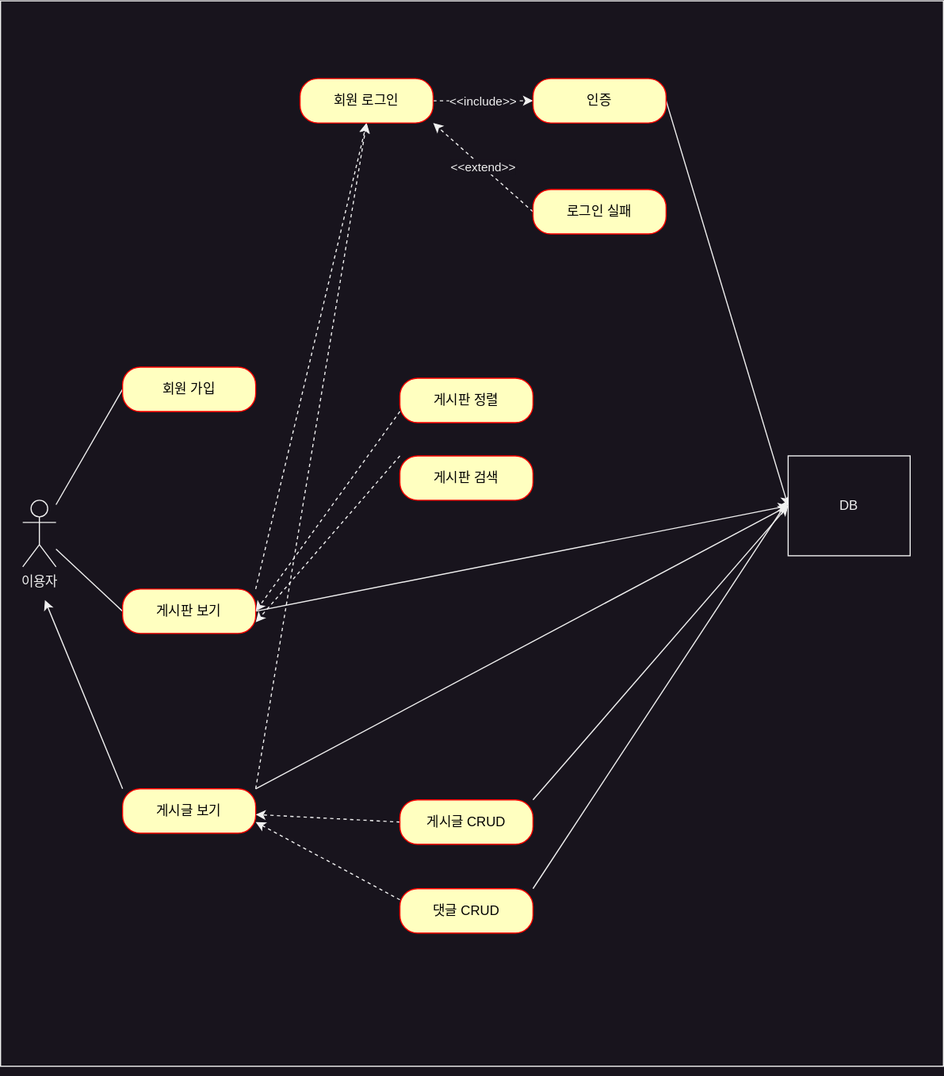
Before: mini-project-board/document/use-case.svg, a diagram exported from draw.io (sangggyu/mini-project). Source tidied: cells renumbered, new cells last; positions are measured from the earlier drawing's top-left corner, leaving out a move shared by most shapes.
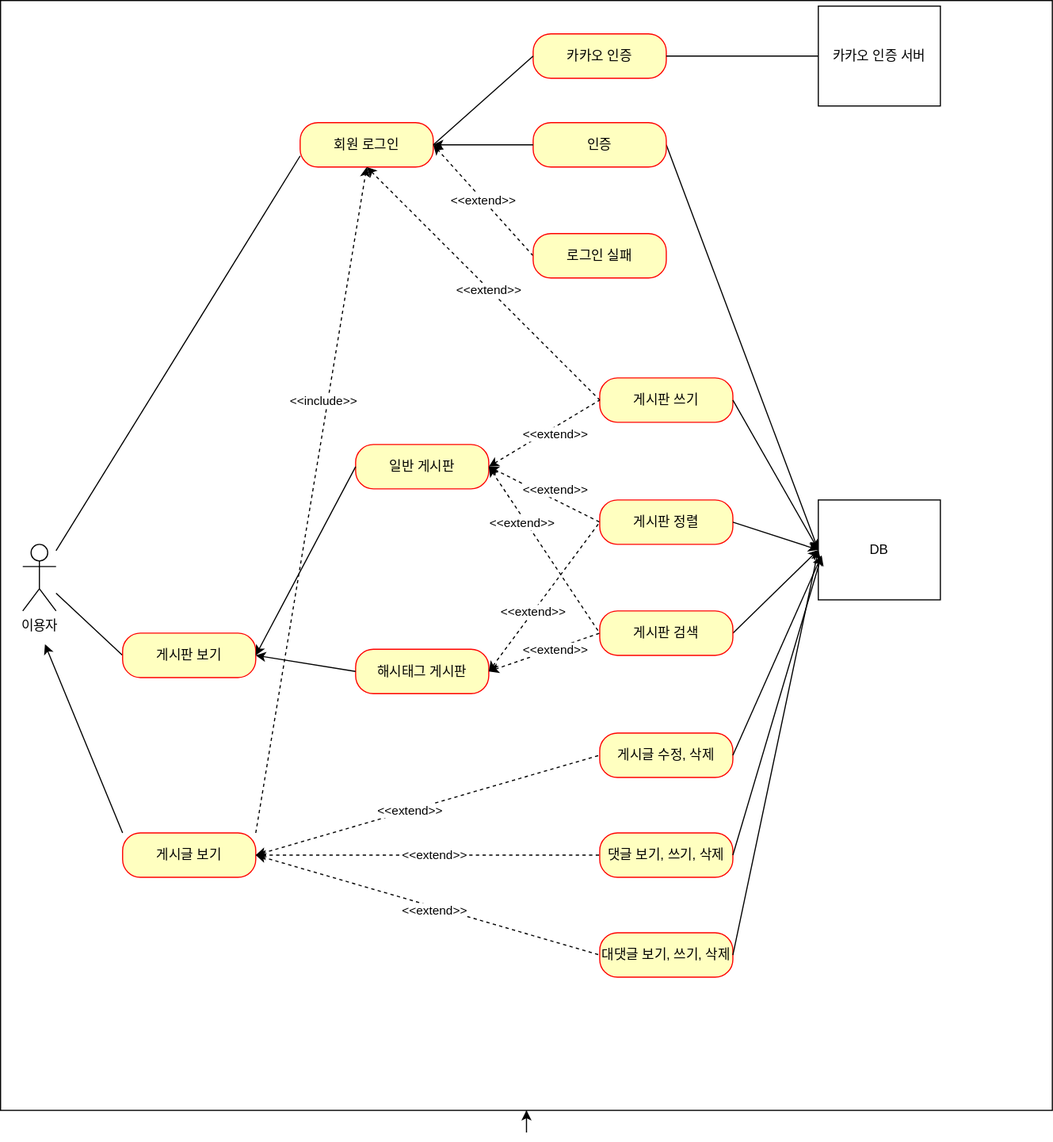
Later version of the same file.

Commit message:
#37 - use-case.svg: 카카오 인증 유스 케이스 추가 및 업데이트

Change to the diagram source:
```diff
@@ -9,20 +9,11 @@
       <mxGeometry x="20" y="450" width="30" height="60" as="geometry" />
     </mxCell>
     <mxCell id="4" style="rounded=0;whiteSpace=wrap;html=1;fillColor=none;" parent="1" vertex="1">
-      <mxGeometry width="850" height="960" as="geometry" />
+      <mxGeometry y="-40" width="947.9" height="1000" as="geometry" />
     </mxCell>
-    <mxCell id="5" style="rounded=0;jettySize=auto;html=1;exitX=0;exitY=0.5;exitDx=0;exitDy=0;endArrow=none;endFill=0;" parent="1" edge="1" source="6" target="3">
+    <mxCell id="5" style="rounded=0;jettySize=auto;html=1;exitX=0;exitY=0.75;exitDx=0;exitDy=0;endArrow=none;endFill=0;" parent="1" edge="1" source="16" target="3">
       <mxGeometry relative="1" as="geometry" />
     </mxCell>
-    <mxCell id="6" value="회원 가입" style="rounded=1;whiteSpace=wrap;html=1;arcSize=40;fontColor=#000000;fillColor=#ffffc0;strokeColor=#ff0000;" parent="1" vertex="1">
-      <mxGeometry x="110" y="330" width="120" height="40" as="geometry" />
-    </mxCell>
-    <mxCell id="7" style="rounded=0;jettySize=auto;html=1;exitX=1;exitY=0;exitDx=0;exitDy=0;entryX=0.5;entryY=1;entryDx=0;entryDy=0;dashed=1;" parent="1" edge="1" source="9" target="16">
-      <mxGeometry relative="1" as="geometry" />
-    </mxCell>
-    <mxCell id="8" style="rounded=0;jettySize=auto;html=1;exitX=1;exitY=0.5;exitDx=0;exitDy=0;entryX=0;entryY=0.5;entryDx=0;entryDy=0;" parent="1" edge="1" source="9" target="31">
-      <mxGeometry relative="1" as="geometry" />
-    </mxCell>
     <mxCell id="9" value="게시판 보기" style="rounded=1;whiteSpace=wrap;html=1;arcSize=40;fontColor=#000000;fillColor=#ffffc0;strokeColor=#ff0000;" parent="1" vertex="1">
       <mxGeometry x="110" y="530" width="120" height="40" as="geometry" />
     </mxCell>
@@ -34,20 +25,12 @@
     <mxCell id="11" style="rounded=0;jettySize=auto;html=1;exitX=1;exitY=0;exitDx=0;exitDy=0;dashed=1;entryX=0.5;entryY=1;entryDx=0;entryDy=0;" parent="1" edge="1" source="13" target="16">
       <mxGeometry relative="1" as="geometry" />
     </mxCell>
-    <mxCell id="12" style="rounded=0;jettySize=auto;html=1;exitX=1;exitY=0;exitDx=0;exitDy=0;entryX=0;entryY=0.5;entryDx=0;entryDy=0;" parent="1" edge="1" source="13" target="31">
+    <mxCell id="12" style="rounded=0;jettySize=auto;html=1;exitX=1;exitY=0.5;exitDx=0;exitDy=0;entryX=0;entryY=0.5;entryDx=0;entryDy=0;" parent="1" edge="1" source="37" target="31">
       <mxGeometry relative="1" as="geometry" />
     </mxCell>
     <mxCell id="13" value="게시글 보기" style="rounded=1;whiteSpace=wrap;html=1;arcSize=40;fontColor=#000000;fillColor=#ffffc0;strokeColor=#ff0000;" parent="1" vertex="1">
       <mxGeometry x="110" y="710" width="120" height="40" as="geometry" />
     </mxCell>
-    <mxCell id="14" style="edgeStyle=orthogonalEdgeStyle;rounded=0;jettySize=auto;html=1;exitX=1;exitY=0.5;exitDx=0;exitDy=0;entryX=0;entryY=0.5;entryDx=0;entryDy=0;dashed=1;" parent="1" edge="1" source="16" target="18">
-      <mxGeometry relative="1" as="geometry" />
-    </mxCell>
-    <mxCell id="15" value="&amp;lt;&amp;lt;include&amp;gt;&amp;gt;" style="edgeLabel;html=1;align=center;verticalAlign=middle;" parent="14" vertex="1">
-      <mxGeometry x="-0.4" y="-1" relative="1" as="geometry">
-        <mxPoint x="17" y="-1" as="offset" />
-      </mxGeometry>
-    </mxCell>
     <mxCell id="16" value="회원 로그인" style="rounded=1;whiteSpace=wrap;html=1;arcSize=40;fontColor=#000000;fillColor=#ffffc0;strokeColor=#ff0000;" parent="1" vertex="1">
       <mxGeometry x="270" y="70" width="120" height="40" as="geometry" />
     </mxCell>
@@ -57,51 +40,149 @@
     <mxCell id="18" value="인증" style="rounded=1;whiteSpace=wrap;html=1;arcSize=40;fontColor=#000000;fillColor=#ffffc0;strokeColor=#ff0000;" parent="1" vertex="1">
       <mxGeometry x="480" y="70" width="120" height="40" as="geometry" />
     </mxCell>
-    <mxCell id="19" value="&amp;lt;&amp;lt;extend&amp;gt;&amp;gt;" style="rounded=0;jettySize=auto;html=1;exitX=0;exitY=0.5;exitDx=0;exitDy=0;entryX=1;entryY=1;entryDx=0;entryDy=0;dashed=1;" parent="1" edge="1" source="20" target="16">
+    <mxCell id="19" value="&amp;lt;&amp;lt;extend&amp;gt;&amp;gt;" style="rounded=0;jettySize=auto;html=1;exitX=0;exitY=0.5;exitDx=0;exitDy=0;entryX=1;entryY=0.5;entryDx=0;entryDy=0;dashed=1;" parent="1" edge="1" source="20" target="16">
       <mxGeometry relative="1" as="geometry" />
     </mxCell>
     <mxCell id="20" value="로그인 실패" style="rounded=1;whiteSpace=wrap;html=1;arcSize=40;fontColor=#000000;fillColor=#ffffc0;strokeColor=#ff0000;" parent="1" vertex="1">
       <mxGeometry x="480" y="170" width="120" height="40" as="geometry" />
     </mxCell>
-    <mxCell id="21" style="rounded=0;jettySize=auto;html=1;exitX=0;exitY=0.75;exitDx=0;exitDy=0;entryX=1;entryY=0.5;entryDx=0;entryDy=0;dashed=1;" parent="1" edge="1" source="22" target="9">
-      <mxGeometry relative="1" as="geometry" />
-    </mxCell>
-    <mxCell id="22" value="게시판 정렬" style="rounded=1;whiteSpace=wrap;html=1;arcSize=40;fontColor=#000000;fillColor=#ffffc0;strokeColor=#ff0000;" parent="1" vertex="1">
-      <mxGeometry x="360" y="340" width="120" height="40" as="geometry" />
+    <mxCell id="22" value="일반 게시판" style="rounded=1;whiteSpace=wrap;html=1;arcSize=40;fontColor=#000000;fillColor=#ffffc0;strokeColor=#ff0000;" parent="1" vertex="1">
+      <mxGeometry x="320" y="360" width="120" height="40" as="geometry" />
     </mxCell>
-    <mxCell id="23" style="rounded=0;jettySize=auto;html=1;exitX=0;exitY=0;exitDx=0;exitDy=0;entryX=1;entryY=0.75;entryDx=0;entryDy=0;dashed=1;" parent="1" edge="1" source="24" target="9">
-      <mxGeometry relative="1" as="geometry" />
-    </mxCell>
-    <mxCell id="24" value="게시판 검색" style="rounded=1;whiteSpace=wrap;html=1;arcSize=40;fontColor=#000000;fillColor=#ffffc0;strokeColor=#ff0000;" parent="1" vertex="1">
-      <mxGeometry x="360" y="410" width="120" height="40" as="geometry" />
+    <mxCell id="24" value="해시태그 게시판" style="rounded=1;whiteSpace=wrap;html=1;arcSize=40;fontColor=#000000;fillColor=#ffffc0;strokeColor=#ff0000;" parent="1" vertex="1">
+      <mxGeometry x="320" y="544.5" width="120" height="40" as="geometry" />
     </mxCell>
-    <mxCell id="25" style="rounded=0;jettySize=auto;html=1;exitX=0;exitY=0.5;exitDx=0;exitDy=0;dashed=1;" parent="1" edge="1" source="27" target="13">
-      <mxGeometry relative="1" as="geometry" />
-    </mxCell>
-    <mxCell id="26" style="rounded=0;jettySize=auto;html=1;exitX=1;exitY=0;exitDx=0;exitDy=0;entryX=0;entryY=0.5;entryDx=0;entryDy=0;" parent="1" edge="1" source="27" target="31">
-      <mxGeometry relative="1" as="geometry" />
-    </mxCell>
-    <mxCell id="27" value="게시글 CRUD" style="rounded=1;whiteSpace=wrap;html=1;arcSize=40;fontColor=#000000;fillColor=#ffffc0;strokeColor=#ff0000;" parent="1" vertex="1">
-      <mxGeometry x="360" y="720" width="120" height="40" as="geometry" />
-    </mxCell>
-    <mxCell id="28" style="rounded=0;jettySize=auto;html=1;exitX=0;exitY=0.25;exitDx=0;exitDy=0;dashed=1;" parent="1" edge="1" source="30">
-      <mxGeometry relative="1" as="geometry">
-        <mxPoint x="230" y="740" as="targetPoint" />
-      </mxGeometry>
-    </mxCell>
-    <mxCell id="29" style="rounded=0;jettySize=auto;html=1;exitX=1;exitY=0;exitDx=0;exitDy=0;" parent="1" edge="1" source="30">
-      <mxGeometry relative="1" as="geometry">
-        <mxPoint x="710" y="450" as="targetPoint" />
-      </mxGeometry>
-    </mxCell>
-    <mxCell id="30" value="댓글 CRUD" style="rounded=1;whiteSpace=wrap;html=1;arcSize=40;fontColor=#000000;fillColor=#ffffc0;strokeColor=#ff0000;" parent="1" vertex="1">
-      <mxGeometry x="360" y="800" width="120" height="40" as="geometry" />
-    </mxCell>
     <mxCell id="31" value="DB" style="html=1;whiteSpace=wrap;" parent="1" vertex="1">
-      <mxGeometry x="710" y="410" width="110" height="90" as="geometry" />
+      <mxGeometry x="737" y="410" width="110" height="90" as="geometry" />
     </mxCell>
     <mxCell id="32" style="edgeStyle=orthogonalEdgeStyle;rounded=0;orthogonalLoop=1;jettySize=auto;html=1;exitX=0.5;exitY=1;exitDx=0;exitDy=0;" parent="1" edge="1" source="4" target="4">
       <mxGeometry relative="1" as="geometry" />
     </mxCell>
+    <mxCell id="33" value="게시판 쓰기" style="rounded=1;whiteSpace=wrap;html=1;arcSize=40;fontColor=#000000;fillColor=#ffffc0;strokeColor=#ff0000;" parent="1" vertex="1">
+      <mxGeometry x="540" y="300" width="120" height="40" as="geometry" />
+    </mxCell>
+    <mxCell id="34" value="대댓글 보기, 쓰기, 삭제" style="rounded=1;whiteSpace=wrap;html=1;arcSize=40;fontColor=#000000;fillColor=#ffffc0;strokeColor=#ff0000;" parent="1" vertex="1">
+      <mxGeometry x="540" y="800" width="120" height="40" as="geometry" />
+    </mxCell>
+    <mxCell id="35" value="게시글 수정, 삭제" style="rounded=1;whiteSpace=wrap;html=1;arcSize=40;fontColor=#000000;fillColor=#ffffc0;strokeColor=#ff0000;" parent="1" vertex="1">
+      <mxGeometry x="540" y="620" width="120" height="40" as="geometry" />
+    </mxCell>
+    <mxCell id="36" value="게시판 정렬" style="rounded=1;whiteSpace=wrap;html=1;arcSize=40;fontColor=#000000;fillColor=#ffffc0;strokeColor=#ff0000;" parent="1" vertex="1">
+      <mxGeometry x="540" y="410" width="120" height="40" as="geometry" />
+    </mxCell>
+    <mxCell id="37" value="게시판 검색" style="rounded=1;whiteSpace=wrap;html=1;arcSize=40;fontColor=#000000;fillColor=#ffffc0;strokeColor=#ff0000;" parent="1" vertex="1">
+      <mxGeometry x="540" y="510" width="120" height="40" as="geometry" />
+    </mxCell>
+    <mxCell id="38" value="댓글 보기, 쓰기, 삭제" style="rounded=1;whiteSpace=wrap;html=1;arcSize=40;fontColor=#000000;fillColor=#ffffc0;strokeColor=#ff0000;" parent="1" vertex="1">
+      <mxGeometry x="540" y="710" width="120" height="40" as="geometry" />
+    </mxCell>
+    <mxCell id="39" style="edgeStyle=orthogonalEdgeStyle;rounded=0;orthogonalLoop=1;jettySize=auto;html=1;exitX=0.5;exitY=1;exitDx=0;exitDy=0;" parent="1" edge="1" source="22" target="22">
+      <mxGeometry relative="1" as="geometry" />
+    </mxCell>
+    <mxCell id="40" style="endArrow=none;dashed=1;html=1;rounded=0;entryX=0;entryY=0.5;entryDx=0;entryDy=0;startArrow=classic;startFill=1;exitX=1;exitY=0.5;exitDx=0;exitDy=0;" parent="1" edge="1" source="13" target="34">
+      <mxGeometry relative="1" as="geometry" />
+    </mxCell>
+    <mxCell id="41" style="endArrow=none;dashed=1;html=1;rounded=0;entryX=0;entryY=0.5;entryDx=0;entryDy=0;exitX=1;exitY=0.5;exitDx=0;exitDy=0;startArrow=classic;startFill=1;" parent="1" edge="1" source="13" target="38">
+      <mxGeometry relative="1" as="geometry" />
+    </mxCell>
+    <mxCell id="42" style="endArrow=none;dashed=1;html=1;rounded=0;entryX=0;entryY=0.5;entryDx=0;entryDy=0;startArrow=classic;startFill=1;" parent="1" edge="1" target="35">
+      <mxGeometry relative="1" as="geometry">
+        <mxPoint x="230" y="730" as="sourcePoint" />
+      </mxGeometry>
+    </mxCell>
+    <mxCell id="43" value="&amp;lt;&amp;lt;extend&amp;gt;&amp;gt;" style="edgeLabel;html=1;align=center;verticalAlign=middle;" parent="42" vertex="1">
+      <mxGeometry x="-0.11" relative="1" as="geometry" />
+    </mxCell>
+    <mxCell id="44" value="&amp;lt;&amp;lt;extend&amp;gt;&amp;gt;" style="edgeLabel;html=1;align=center;verticalAlign=middle;" parent="1" vertex="1">
+      <mxGeometry x="390" y="730" as="geometry" />
+    </mxCell>
+    <mxCell id="45" value="&amp;lt;&amp;lt;extend&amp;gt;&amp;gt;" style="edgeLabel;html=1;align=center;verticalAlign=middle;rotation=0;" parent="1" vertex="1">
+      <mxGeometry x="390" y="780" as="geometry" />
+    </mxCell>
+    <mxCell id="23" style="endArrow=classic;html=1;rounded=0;entryX=1;entryY=0.5;entryDx=0;entryDy=0;exitX=0;exitY=0.5;exitDx=0;exitDy=0;" parent="1" edge="1" source="24" target="9">
+      <mxGeometry relative="1" as="geometry" />
+    </mxCell>
+    <mxCell id="46" style="endArrow=classic;html=1;rounded=0;exitX=0;exitY=0.5;exitDx=0;exitDy=0;" parent="1" edge="1" source="22">
+      <mxGeometry relative="1" as="geometry">
+        <mxPoint x="230" y="550" as="targetPoint" />
+      </mxGeometry>
+    </mxCell>
+    <mxCell id="15" value="&amp;lt;&amp;lt;include&amp;gt;&amp;gt;" style="edgeLabel;html=1;align=center;verticalAlign=middle;" parent="1" vertex="1">
+      <mxGeometry x="290" y="320" as="geometry" />
+    </mxCell>
+    <mxCell id="47" style="endArrow=none;dashed=1;html=1;rounded=0;exitX=1;exitY=0.5;exitDx=0;exitDy=0;entryX=0;entryY=0.5;entryDx=0;entryDy=0;startArrow=classic;startFill=1;" parent="1" edge="1" source="24" target="37">
+      <mxGeometry relative="1" as="geometry" />
+    </mxCell>
+    <mxCell id="48" style="endArrow=none;dashed=1;html=1;rounded=0;exitX=1;exitY=0.5;exitDx=0;exitDy=0;startArrow=classic;startFill=1;" parent="1" edge="1" source="22">
+      <mxGeometry relative="1" as="geometry">
+        <mxPoint x="540" y="530" as="targetPoint" />
+      </mxGeometry>
+    </mxCell>
+    <mxCell id="49" style="endArrow=none;dashed=1;html=1;rounded=0;exitX=1;exitY=0.5;exitDx=0;exitDy=0;entryX=0;entryY=0.5;entryDx=0;entryDy=0;startArrow=classic;startFill=1;" parent="1" edge="1" source="24" target="36">
+      <mxGeometry relative="1" as="geometry" />
+    </mxCell>
+    <mxCell id="50" style="endArrow=none;dashed=1;html=1;rounded=0;entryX=0;entryY=0.5;entryDx=0;entryDy=0;startArrow=classic;startFill=1;exitX=1;exitY=0.5;exitDx=0;exitDy=0;" parent="1" edge="1" source="22" target="36">
+      <mxGeometry relative="1" as="geometry" />
+    </mxCell>
+    <mxCell id="51" style="endArrow=none;dashed=1;html=1;rounded=0;exitX=0.5;exitY=1;exitDx=0;exitDy=0;entryX=0;entryY=0.5;entryDx=0;entryDy=0;startArrow=classic;startFill=1;" parent="1" edge="1" source="16" target="33">
+      <mxGeometry relative="1" as="geometry" />
+    </mxCell>
+    <mxCell id="52" style="endArrow=none;dashed=1;html=1;rounded=0;exitX=1;exitY=0.5;exitDx=0;exitDy=0;entryX=0;entryY=0.5;entryDx=0;entryDy=0;startArrow=classic;startFill=1;" parent="1" edge="1" source="22" target="33">
+      <mxGeometry relative="1" as="geometry" />
+    </mxCell>
+    <mxCell id="53" style="endArrow=classic;html=1;rounded=0;exitX=1;exitY=0.5;exitDx=0;exitDy=0;entryX=0;entryY=0.5;entryDx=0;entryDy=0;" parent="1" edge="1" source="34" target="31">
+      <mxGeometry relative="1" as="geometry" />
+    </mxCell>
+    <mxCell id="54" style="rounded=0;jettySize=auto;html=1;exitX=1;exitY=0.5;exitDx=0;exitDy=0;" parent="1" edge="1" source="38">
+      <mxGeometry relative="1" as="geometry">
+        <mxPoint x="740" y="460" as="targetPoint" />
+      </mxGeometry>
+    </mxCell>
+    <mxCell id="55" style="rounded=0;jettySize=auto;html=1;exitX=1;exitY=0.5;exitDx=0;exitDy=0;" parent="1" edge="1" source="35">
+      <mxGeometry relative="1" as="geometry">
+        <mxPoint x="740" y="460" as="targetPoint" />
+      </mxGeometry>
+    </mxCell>
+    <mxCell id="56" style="rounded=0;jettySize=auto;html=1;exitX=1;exitY=0.5;exitDx=0;exitDy=0;entryX=0;entryY=0.5;entryDx=0;entryDy=0;" parent="1" edge="1" source="36" target="31">
+      <mxGeometry relative="1" as="geometry" />
+    </mxCell>
+    <mxCell id="57" style="rounded=0;jettySize=auto;html=1;exitX=1;exitY=0.5;exitDx=0;exitDy=0;entryX=0;entryY=0.5;entryDx=0;entryDy=0;" parent="1" edge="1" source="33" target="31">
+      <mxGeometry relative="1" as="geometry" />
+    </mxCell>
+    <mxCell id="58" value="&amp;lt;&amp;lt;extend&amp;gt;&amp;gt;" style="edgeLabel;html=1;align=center;verticalAlign=middle;" parent="1" vertex="1">
+      <mxGeometry x="480" y="510" as="geometry" />
+    </mxCell>
+    <mxCell id="59" value="&amp;lt;&amp;lt;extend&amp;gt;&amp;gt;" style="edgeLabel;html=1;align=center;verticalAlign=middle;" parent="1" vertex="1">
+      <mxGeometry x="470" y="430" as="geometry" />
+    </mxCell>
+    <mxCell id="60" value="&amp;lt;&amp;lt;extend&amp;gt;&amp;gt;" style="edgeLabel;html=1;align=center;verticalAlign=middle;" parent="1" vertex="1">
+      <mxGeometry x="500" y="350" as="geometry" />
+    </mxCell>
+    <mxCell id="61" value="&amp;lt;&amp;lt;extend&amp;gt;&amp;gt;" style="edgeLabel;html=1;align=center;verticalAlign=middle;" parent="1" vertex="1">
+      <mxGeometry x="500" y="544.5" as="geometry" />
+    </mxCell>
+    <mxCell id="62" value="&amp;lt;&amp;lt;extend&amp;gt;&amp;gt;" style="edgeLabel;html=1;align=center;verticalAlign=middle;" parent="1" vertex="1">
+      <mxGeometry x="500" y="400" as="geometry" />
+    </mxCell>
+    <mxCell id="63" value="&amp;lt;&amp;lt;extend&amp;gt;&amp;gt;" style="edgeLabel;html=1;align=center;verticalAlign=middle;" parent="1" vertex="1">
+      <mxGeometry x="440" y="220" as="geometry" />
+    </mxCell>
+    <mxCell id="64" value="카카오 인증" style="rounded=1;whiteSpace=wrap;html=1;arcSize=40;fontColor=#000000;fillColor=#ffffc0;strokeColor=#ff0000;" parent="1" vertex="1">
+      <mxGeometry x="480" y="-10" width="120" height="40" as="geometry" />
+    </mxCell>
+    <mxCell id="65" value="카카오 인증 서버" style="html=1;whiteSpace=wrap;" parent="1" vertex="1">
+      <mxGeometry x="737" y="-35" width="110" height="90" as="geometry" />
+    </mxCell>
+    <mxCell id="66" style="endArrow=none;html=1;rounded=0;entryX=1;entryY=0.5;entryDx=0;entryDy=0;exitX=0;exitY=0.5;exitDx=0;exitDy=0;endFill=0;" parent="1" edge="1" source="65" target="64">
+      <mxGeometry relative="1" as="geometry" />
+    </mxCell>
+    <mxCell id="67" style="endArrow=none;html=1;rounded=0;entryX=0;entryY=0.5;entryDx=0;entryDy=0;" parent="1" edge="1" target="64">
+      <mxGeometry relative="1" as="geometry">
+        <mxPoint x="390" y="90" as="sourcePoint" />
+      </mxGeometry>
+    </mxCell>
+    <mxCell id="14" style="endArrow=none;html=1;rounded=0;entryX=0;entryY=0.5;entryDx=0;entryDy=0;exitX=1;exitY=0.5;exitDx=0;exitDy=0;startArrow=classic;startFill=1;" parent="1" edge="1" source="16" target="18">
+      <mxGeometry relative="1" as="geometry" />
+    </mxCell>
   </root>
 </mxGraphModel>
```
